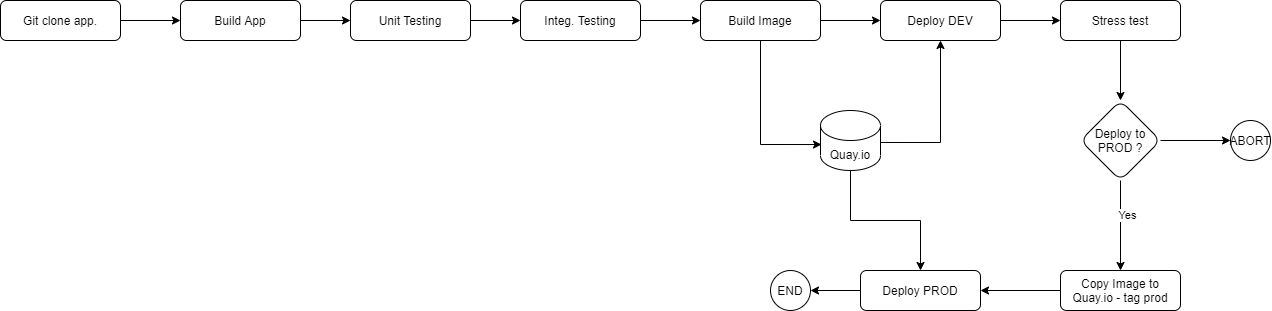
Before: images/pipelinegraph.png, a diagram exported from draw.io (EnnioTorre/appbackery-cicd-demo). Source tidied: cells renumbered, new cells last; positions are measured from the earlier drawing's top-left corner, leaving out a move shared by most shapes.
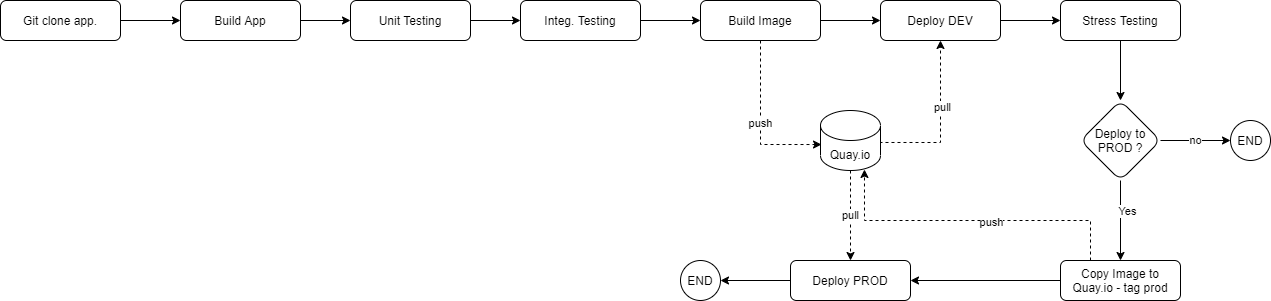
The same diagram one commit later.

What changed in the source:
```diff
@@ -20,10 +20,13 @@
     <mxCell id="7" value="Unit Testing" style="rounded=1;whiteSpace=wrap;html=1;fontSize=12;glass=0;strokeWidth=1;shadow=0;" parent="1" vertex="1">
       <mxGeometry x="350" width="120" height="40" as="geometry" />
     </mxCell>
-    <mxCell id="8" style="edgeStyle=orthogonalEdgeStyle;rounded=0;jettySize=auto;html=1;entryX=0.5;entryY=1;entryDx=0;entryDy=0;exitX=0.983;exitY=0.533;exitDx=0;exitDy=0;exitPerimeter=0;" parent="1" edge="1" source="10" target="17">
+    <mxCell id="8" style="edgeStyle=orthogonalEdgeStyle;rounded=0;jettySize=auto;html=1;entryX=0.5;entryY=1;entryDx=0;entryDy=0;exitX=0.983;exitY=0.533;exitDx=0;exitDy=0;exitPerimeter=0;dashed=1;" parent="1" edge="1" source="10" target="17">
       <mxGeometry relative="1" as="geometry" />
     </mxCell>
+    <mxCell id="30" value="pull" style="edgeLabel;html=1;align=center;verticalAlign=middle;" parent="8" vertex="1">
+      <mxGeometry x="0.19" y="-1" relative="1" as="geometry" />
+    </mxCell>
-    <mxCell id="9" style="edgeStyle=orthogonalEdgeStyle;rounded=0;jettySize=auto;html=1;" parent="1" edge="1" source="10" target="28">
+    <mxCell id="9" value="pull" style="edgeStyle=orthogonalEdgeStyle;rounded=0;jettySize=auto;html=1;dashed=1;" parent="1" edge="1" source="10" target="28">
       <mxGeometry relative="1" as="geometry" />
     </mxCell>
     <mxCell id="10" value="&lt;br&gt;&lt;br&gt;Quay.io" style="shape=cylinder2;whiteSpace=wrap;html=1;boundedLbl=1;backgroundOutline=1;size=15;" parent="1" vertex="1">
@@ -35,7 +38,7 @@
     <mxCell id="12" value="Integ. Testing" style="rounded=1;whiteSpace=wrap;html=1;fontSize=12;glass=0;strokeWidth=1;shadow=0;" parent="1" vertex="1">
       <mxGeometry x="520" width="120" height="40" as="geometry" />
     </mxCell>
-    <mxCell id="13" style="edgeStyle=orthogonalEdgeStyle;rounded=0;jettySize=auto;html=1;entryX=0.017;entryY=0.567;entryDx=0;entryDy=0;entryPerimeter=0;" parent="1" edge="1" source="15" target="10">
+    <mxCell id="13" value="push" style="edgeStyle=orthogonalEdgeStyle;rounded=0;jettySize=auto;html=1;entryX=0.017;entryY=0.567;entryDx=0;entryDy=0;entryPerimeter=0;dashed=1;" parent="1" edge="1" source="15" target="10">
       <mxGeometry relative="1" as="geometry" />
     </mxCell>
     <mxCell id="14" style="edgeStyle=orthogonalEdgeStyle;rounded=0;jettySize=auto;html=1;" parent="1" edge="1" source="15" target="17">
@@ -53,7 +56,7 @@
     <mxCell id="18" style="edgeStyle=orthogonalEdgeStyle;rounded=0;jettySize=auto;html=1;" parent="1" edge="1" source="19" target="23">
       <mxGeometry relative="1" as="geometry" />
     </mxCell>
-    <mxCell id="19" value="Stress test" style="rounded=1;whiteSpace=wrap;html=1;fontSize=12;glass=0;strokeWidth=1;shadow=0;" parent="1" vertex="1">
+    <mxCell id="19" value="Stress Testing" style="rounded=1;whiteSpace=wrap;html=1;fontSize=12;glass=0;strokeWidth=1;shadow=0;" parent="1" vertex="1">
       <mxGeometry x="1060" width="120" height="40" as="geometry" />
     </mxCell>
     <mxCell id="20" style="edgeStyle=orthogonalEdgeStyle;rounded=0;jettySize=auto;html=1;" parent="1" edge="1" source="23" target="25">
@@ -62,29 +65,40 @@
     <mxCell id="21" value="Yes" style="edgeLabel;html=1;align=center;verticalAlign=middle;" parent="20" vertex="1">
       <mxGeometry x="-0.24" y="6" relative="1" as="geometry" />
     </mxCell>
-    <mxCell id="22" style="edgeStyle=orthogonalEdgeStyle;rounded=0;jettySize=auto;html=1;" parent="1" edge="1" source="23" target="26">
+    <mxCell id="22" value="no" style="edgeStyle=orthogonalEdgeStyle;rounded=0;jettySize=auto;html=1;" parent="1" edge="1" source="23" target="26">
       <mxGeometry relative="1" as="geometry" />
     </mxCell>
     <mxCell id="23" value="Deploy to PROD ?" style="rhombus;whiteSpace=wrap;html=1;rounded=1;shadow=0;strokeWidth=1;glass=0;" parent="1" vertex="1">
       <mxGeometry x="1080" y="100" width="80" height="80" as="geometry" />
     </mxCell>
-    <mxCell id="24" style="edgeStyle=orthogonalEdgeStyle;rounded=0;jettySize=auto;html=1;" parent="1" edge="1" source="25" target="28">
-      <mxGeometry relative="1" as="geometry" />
+    <mxCell id="24" style="edgeStyle=orthogonalEdgeStyle;rounded=0;jettySize=auto;html=1;entryX=0.733;entryY=0.983;entryDx=0;entryDy=0;entryPerimeter=0;dashed=1;" parent="1" edge="1" source="25" target="10">
+      <mxGeometry relative="1" as="geometry">
+        <Array as="points">
+          <mxPoint x="1090" y="220" />
+          <mxPoint x="864" y="220" />
+        </Array>
+      </mxGeometry>
     </mxCell>
+    <mxCell id="31" value="push" style="edgeLabel;html=1;align=center;verticalAlign=middle;" parent="24" vertex="1">
+      <mxGeometry x="-0.12" y="1" relative="1" as="geometry" />
+    </mxCell>
+    <mxCell id="32" style="edgeStyle=orthogonalEdgeStyle;rounded=0;jettySize=auto;html=1;" parent="1" edge="1" source="25" target="28">
+      <mxGeometry relative="1" as="geometry" />
+    </mxCell>
     <mxCell id="25" value="Copy Image to Quay.io - tag prod" style="whiteSpace=wrap;html=1;rounded=1;shadow=0;strokeWidth=1;glass=0;" parent="1" vertex="1">
-      <mxGeometry x="1060" y="270" width="120" height="40" as="geometry" />
+      <mxGeometry x="1060" y="260" width="120" height="40" as="geometry" />
     </mxCell>
-    <mxCell id="26" value="ABORT" style="ellipse;whiteSpace=wrap;html=1;" parent="1" vertex="1">
+    <mxCell id="26" value="END" style="ellipse;whiteSpace=wrap;html=1;" parent="1" vertex="1">
       <mxGeometry x="1230" y="120" width="40" height="40" as="geometry" />
     </mxCell>
     <mxCell id="27" style="edgeStyle=orthogonalEdgeStyle;rounded=0;jettySize=auto;html=1;" parent="1" edge="1" source="28" target="29">
       <mxGeometry relative="1" as="geometry" />
     </mxCell>
     <mxCell id="28" value="Deploy PROD" style="whiteSpace=wrap;html=1;rounded=1;shadow=0;strokeWidth=1;glass=0;" parent="1" vertex="1">
-      <mxGeometry x="860" y="270" width="120" height="40" as="geometry" />
+      <mxGeometry x="790" y="260" width="120" height="40" as="geometry" />
     </mxCell>
     <mxCell id="29" value="END" style="ellipse;whiteSpace=wrap;html=1;" parent="1" vertex="1">
-      <mxGeometry x="770" y="270" width="40" height="40" as="geometry" />
+      <mxGeometry x="680" y="260" width="40" height="40" as="geometry" />
     </mxCell>
   </root>
 </mxGraphModel>
```
